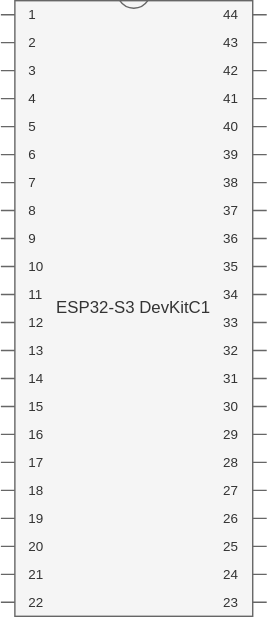
Before: doc/connections.drawio.svg, a diagram exported from draw.io (quillgen/esp32-agent). Source tidied: cells renumbered, new cells last; positions are measured from the earlier drawing's top-left corner, leaving out a move shared by most shapes. The source it was exported from:
```xml
<mxGraphModel>
  <root>
    <mxCell id="0" />
    <mxCell id="1" parent="0" />
    <mxCell id="2" value="ESP32-S3 DevKitC1" style="shadow=0;dashed=0;align=center;html=1;strokeWidth=1;shape=mxgraph.electrical.logic_gates.dual_inline_ic;labelNames=a,b,c,d,e,f,g,h,i,j,k,l,m,n,o,p,q,r,s,t;whiteSpace=wrap;fillColor=#f5f5f5;fontColor=#333333;strokeColor=#666666;" parent="1" vertex="1">
      <mxGeometry width="190" height="440" as="geometry" />
    </mxCell>
  </root>
</mxGraphModel>
```
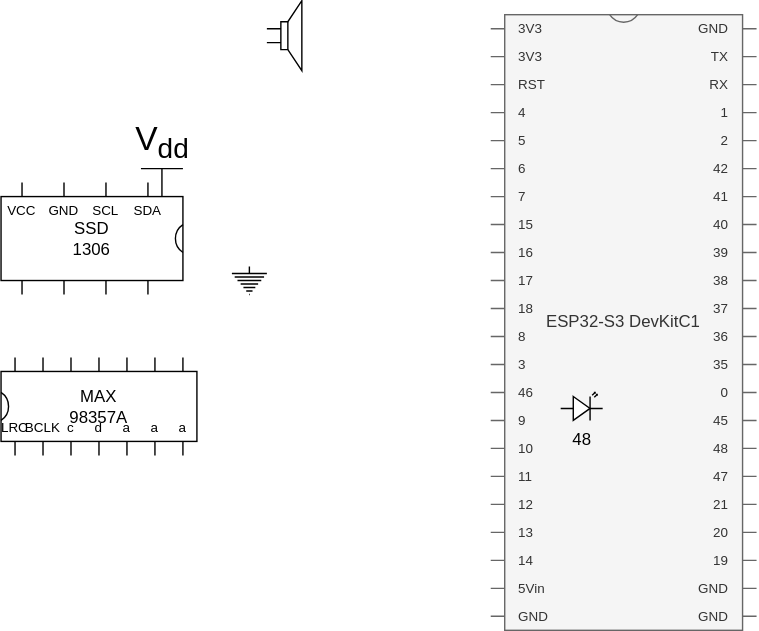
The same diagram one commit later.

Diff of the diagram source:
```diff
@@ -2,8 +2,26 @@
   <root>
     <mxCell id="0" />
     <mxCell id="1" parent="0" />
-    <mxCell id="2" value="ESP32-S3 DevKitC1" style="shadow=0;dashed=0;align=center;html=1;strokeWidth=1;shape=mxgraph.electrical.logic_gates.dual_inline_ic;labelNames=a,b,c,d,e,f,g,h,i,j,k,l,m,n,o,p,q,r,s,t;whiteSpace=wrap;fillColor=#f5f5f5;fontColor=#333333;strokeColor=#666666;" parent="1" vertex="1">
+    <mxCell id="2" value="ESP32-S3 DevKitC1" style="shadow=0;dashed=0;align=center;html=1;strokeWidth=1;shape=mxgraph.electrical.logic_gates.dual_inline_ic;labelNames=3V3,3V3,RST,4,5,6,7,15,16,17,18,8,3,46,9,10,11,12,13,14,5Vin,GND,GND,GND,19,20,21,47,48,45,0,35,36,37,38,39,40,41,42,2,1,RX,TX,GND;whiteSpace=wrap;fillColor=#f5f5f5;fontColor=#333333;strokeColor=#666666;pinLabelType=cust;labelCount=44;fixDash=0;noLabel=0;" parent="1" vertex="1">
       <mxGeometry width="190" height="440" as="geometry" />
     </mxCell>
+    <mxCell id="3" value="MAX&lt;div&gt;98357A&lt;/div&gt;" style="shadow=0;dashed=0;align=center;html=1;strokeWidth=1;shape=mxgraph.electrical.logic_gates.dual_inline_ic;labelNames=LRC,BCLK,c,d,a,a,a;whiteSpace=wrap;labelCount=7;startPin=w;pinLabelType=cust;strokeColor=default;" parent="1" vertex="1">
+      <mxGeometry x="-350" y="245" width="140" height="70" as="geometry" />
+    </mxCell>
+    <mxCell id="4" value="SSD&lt;div&gt;1306&lt;/div&gt;" style="shadow=0;dashed=0;align=center;html=1;strokeWidth=1;shape=mxgraph.electrical.logic_gates.dual_inline_ic;labelNames=SDA,SCL,GND,VCC;whiteSpace=wrap;labelCount=4;pinLabelType=cust;pinSpacing=30;startPin=e;noLabel=0;pinStyle=line;" parent="1" vertex="1">
+      <mxGeometry x="-350" y="120" width="130" height="80" as="geometry" />
+    </mxCell>
+    <mxCell id="5" style="verticalLabelPosition=bottom;shadow=0;dashed=0;align=center;html=1;verticalAlign=top;shape=mxgraph.electrical.electro-mechanical.loudspeaker;" parent="1" vertex="1">
+      <mxGeometry x="-160" y="-10" width="25" height="50" as="geometry" />
+    </mxCell>
+    <mxCell id="6" value="48" style="verticalLabelPosition=bottom;shadow=0;dashed=0;align=center;html=1;verticalAlign=top;shape=mxgraph.electrical.opto_electronics.led_2;" parent="1" vertex="1">
+      <mxGeometry x="50" y="270" width="30" height="20" as="geometry" />
+    </mxCell>
+    <mxCell id="7" value="V&lt;sub&gt;dd&lt;/sub&gt;" style="verticalLabelPosition=top;verticalAlign=bottom;shape=mxgraph.electrical.signal_sources.vdd;shadow=0;dashed=0;align=center;strokeWidth=1;fontSize=24;html=1;flipV=1;" parent="1" vertex="1">
+      <mxGeometry x="-250" y="110" width="30" height="20" as="geometry" />
+    </mxCell>
+    <mxCell id="8" style="verticalLabelPosition=bottom;shadow=0;dashed=0;align=center;html=1;verticalAlign=top;shape=mxgraph.electrical.signal_sources.protective_earth;" parent="1" vertex="1">
+      <mxGeometry x="-185" y="180" width="25" height="20" as="geometry" />
+    </mxCell>
   </root>
 </mxGraphModel>
```
